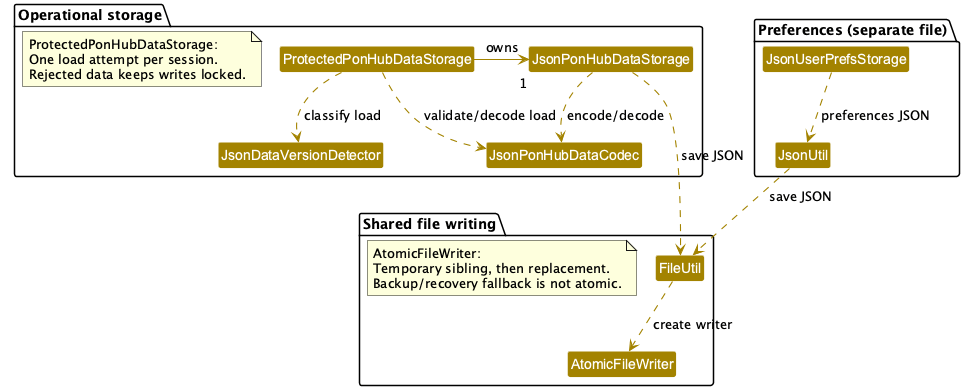
Above: docs/images/CanonicalStorageClassDiagram.png in AY2627S1-CS2103T-F13-3/tp (PlantUML), before the change.
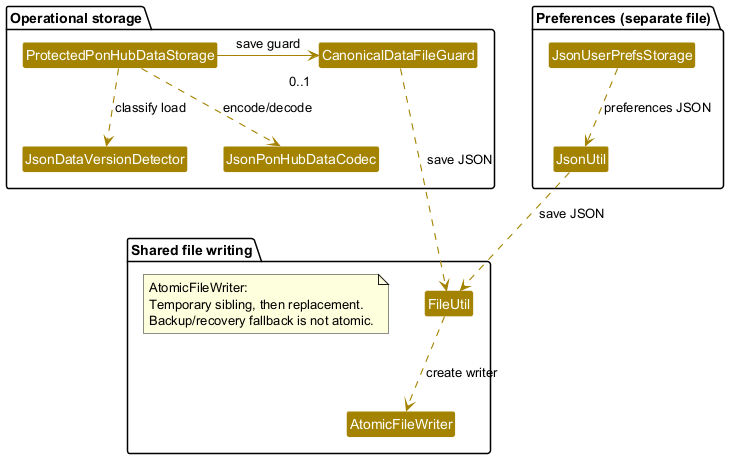
Above is the later version.

Commit message:
Align storage diagram and manual save checks

Diff of the diagram source:
```diff
@@ -1,5 +1,4 @@
 @startuml
-!pragma layout smetana
 skinparam arrowThickness 1.1
 skinparam arrowColor #A38300
 skinparam classBackgroundColor #A38300
@@ -15,12 +14,7 @@
     class ProtectedPonHubDataStorage
     class JsonDataVersionDetector
     class JsonPonHubDataCodec
-    class JsonPonHubDataStorage
-    note as LoadProtection
-      ProtectedPonHubDataStorage:
-      One load attempt per session.
-      Rejected data keeps writes locked.
-    end note
+    class CanonicalDataFileGuard
 }
 
 package "Preferences (separate file)" {
@@ -38,11 +32,10 @@
     end note
 }
 
-ProtectedPonHubDataStorage -right-> "\n1" JsonPonHubDataStorage : owns
+ProtectedPonHubDataStorage -right-> "\n0..1" CanonicalDataFileGuard : save guard
 ProtectedPonHubDataStorage ..> JsonDataVersionDetector : classify load
-ProtectedPonHubDataStorage ..> JsonPonHubDataCodec : validate/decode load
-JsonPonHubDataStorage ..> JsonPonHubDataCodec : encode/decode
-JsonPonHubDataStorage ..> FileUtil : save JSON
+ProtectedPonHubDataStorage ..> JsonPonHubDataCodec : encode/decode
+CanonicalDataFileGuard ..> FileUtil : save JSON
 JsonUserPrefsStorage ..> JsonUtil : preferences JSON
 JsonUtil ..> FileUtil : save JSON
 FileUtil ..> AtomicFileWriter : create writer
```
